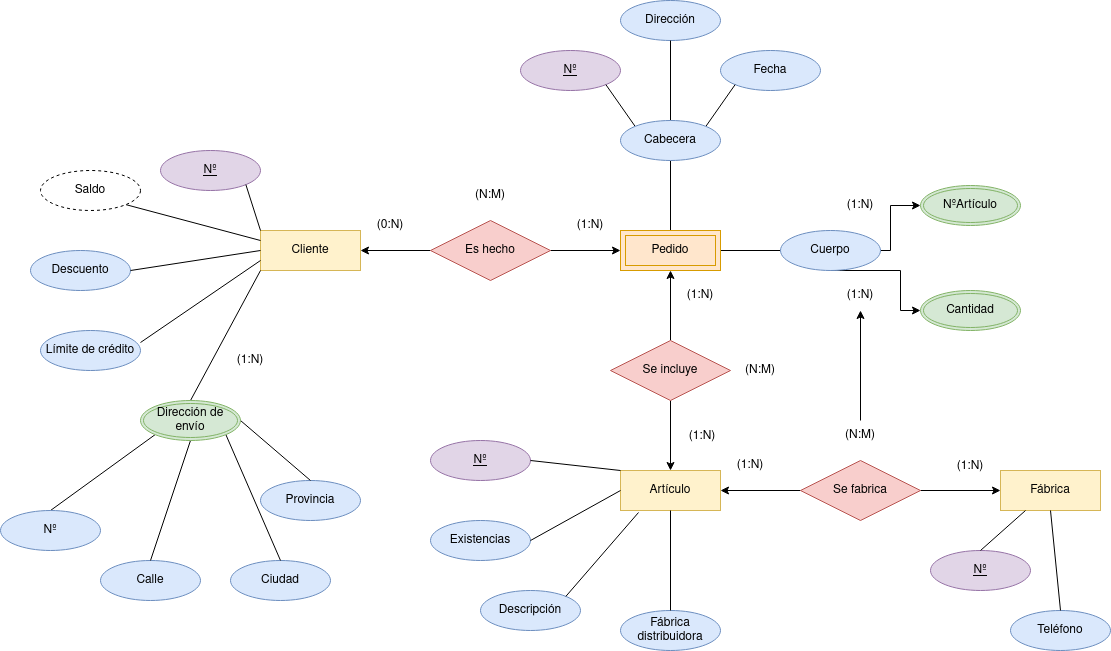
This is IMG/Sistema de artículos - Encargo.drawio.png from samugd17/base-datos-bae-, a draw.io export, as it was before one commit. Source tidied: cells renumbered, new cells last; positions are measured from the earlier drawing's top-left corner, leaving out a move shared by most shapes.
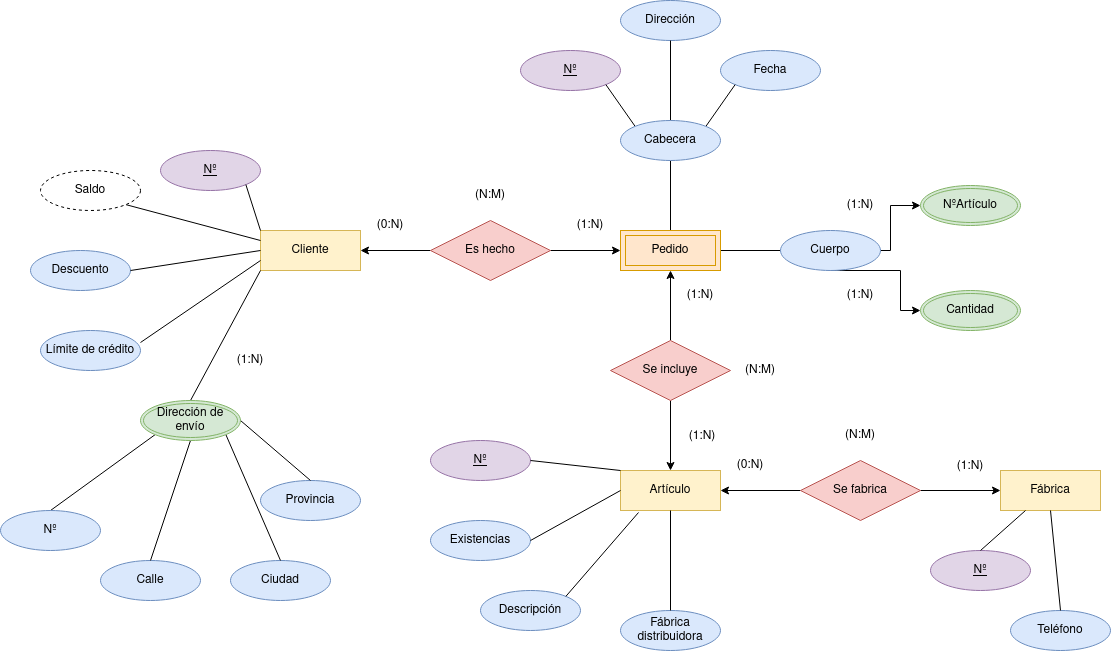
Later version of the same file.

Diff of the diagram source:
```diff
@@ -62,12 +62,9 @@
     <mxCell id="21" value="(1:N)" style="text;html=1;strokeColor=none;fillColor=none;align=center;verticalAlign=middle;whiteSpace=wrap;rounded=0;" parent="1" vertex="1">
       <mxGeometry x="940" y="451" width="60" height="30" as="geometry" />
     </mxCell>
-    <mxCell id="22" value="(1:N)" style="text;html=1;strokeColor=none;fillColor=none;align=center;verticalAlign=middle;whiteSpace=wrap;rounded=0;" parent="1" vertex="1">
+    <mxCell id="22" value="(0:N)" style="text;html=1;strokeColor=none;fillColor=none;align=center;verticalAlign=middle;whiteSpace=wrap;rounded=0;" parent="1" vertex="1">
       <mxGeometry x="720" y="450" width="60" height="30" as="geometry" />
     </mxCell>
-    <mxCell id="23" style="edgeStyle=orthogonalEdgeStyle;rounded=0;jettySize=auto;html=1;" parent="1" edge="1" source="24" target="69">
-      <mxGeometry relative="1" as="geometry" />
-    </mxCell>
     <mxCell id="24" value="(N:M)" style="text;html=1;strokeColor=none;fillColor=none;align=center;verticalAlign=middle;whiteSpace=wrap;rounded=0;" parent="1" vertex="1">
       <mxGeometry x="830" y="420" width="60" height="30" as="geometry" />
     </mxCell>
```
